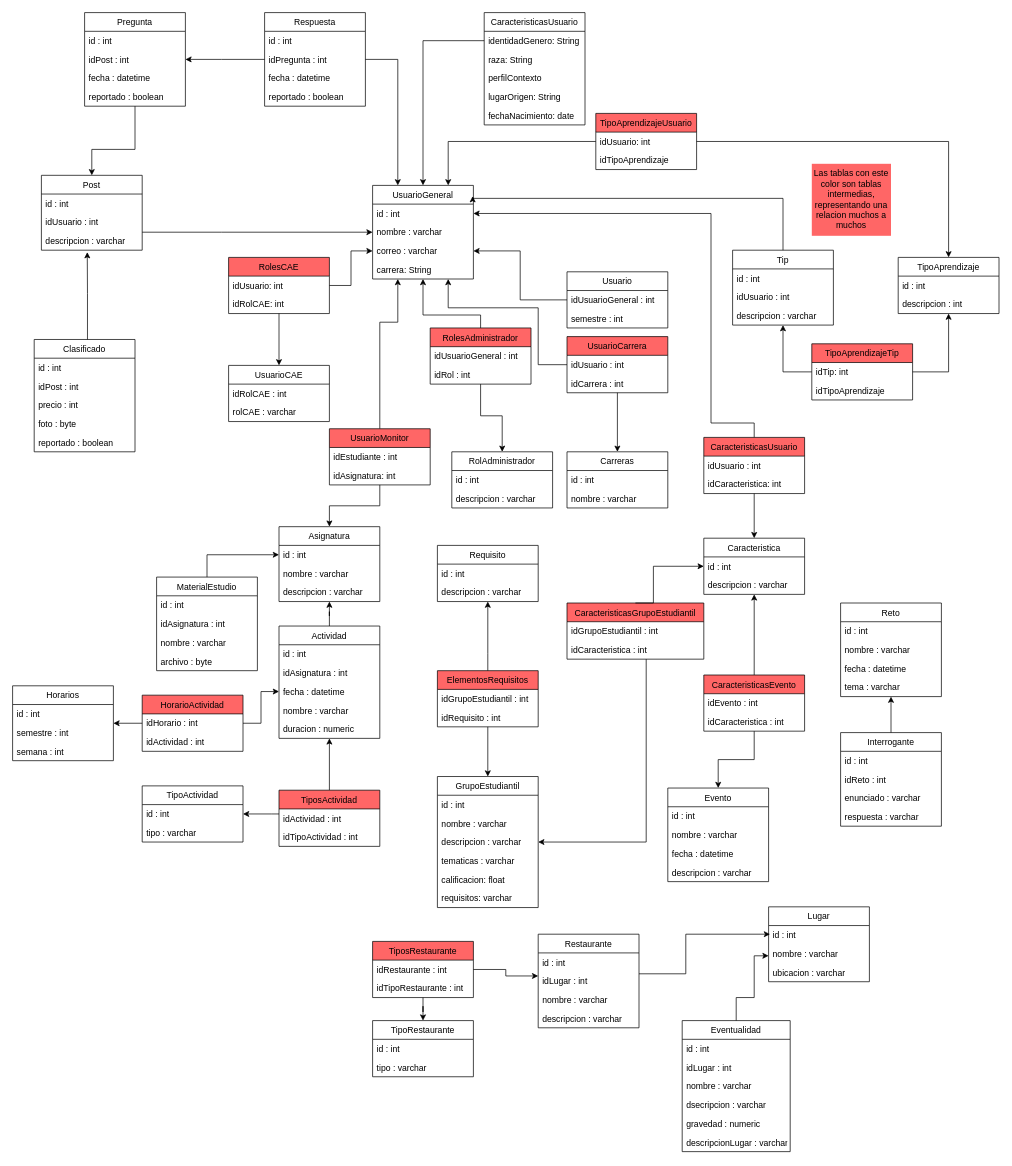
This is diagramas/persistencia.drawio from Campus-Connect-PUJ/Campus-Connect-Back, a draw.io file, before an edit. Source tidied: cells renumbered, new cells numbered last; positions are measured from the earlier drawing's top-left corner, leaving out a move shared by most shapes. Both pictures are drawn from the tidied source at 72%, with x=0, y=0 at pixel (12, 12).
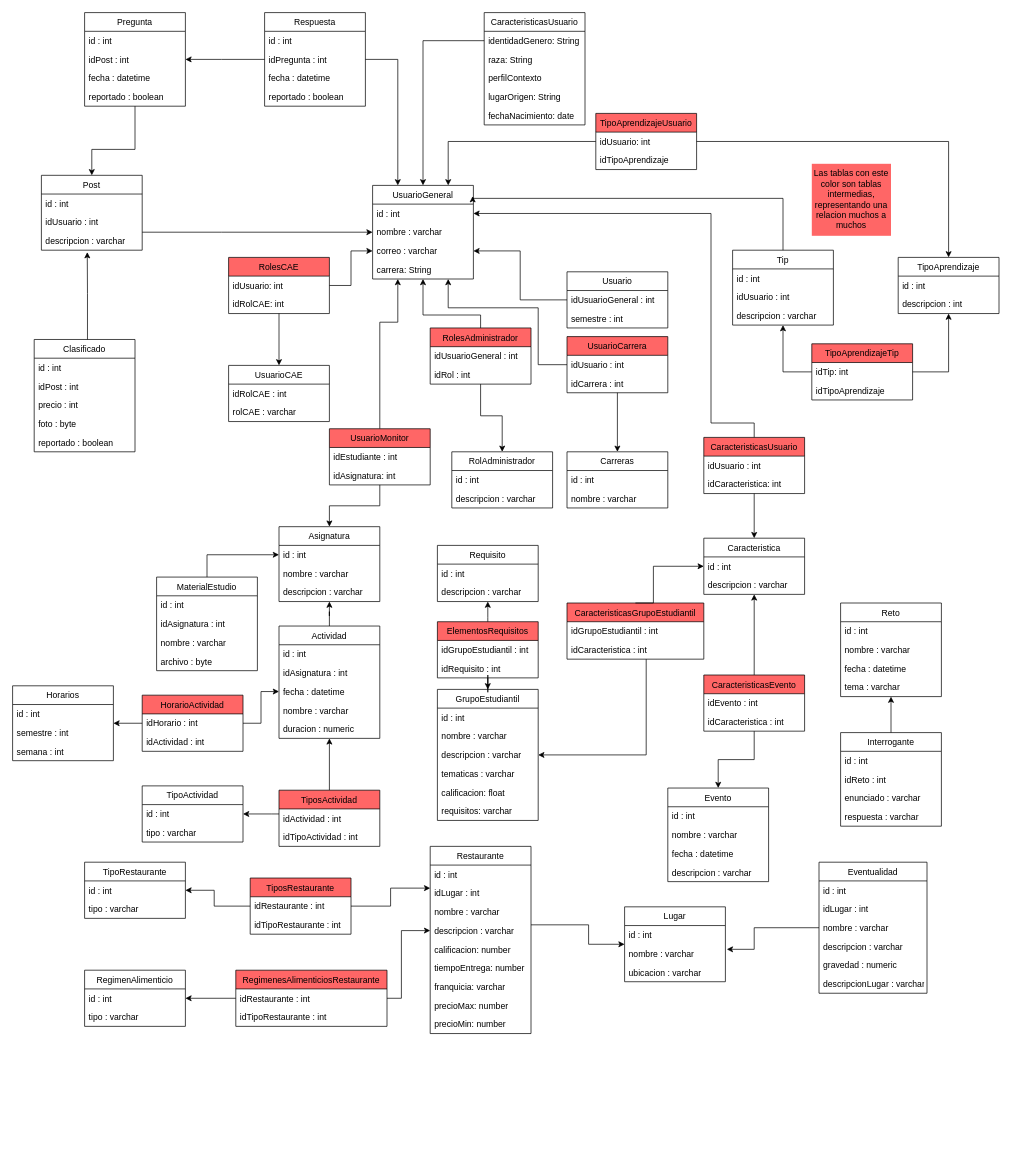
After the change.

Unchanged cells that the change refers to:
```xml
<mxCell id="79" value="Requisito" style="swimlane;fontStyle=0;horizontal=1;startSize=26;fillColor=none;" parent="1" vertex="1">
  <mxGeometry x="590" y="740" width="140" height="78" as="geometry" />
</mxCell>
<mxCell id="109" value="nombre : varchar" style="text;strokeColor=none;fillColor=none;align=left;verticalAlign=top;spacingLeft=4;spacingRight=4;overflow=hidden;points=[[0,0.5],[1,0.5]];portConstraint=eastwest;" parent="107" vertex="1">
  <mxGeometry y="52" width="140" height="26" as="geometry" />
</mxCell>
<mxCell id="124" value="descripcion : varchar" style="text;strokeColor=none;fillColor=none;align=left;verticalAlign=top;spacingLeft=4;spacingRight=4;overflow=hidden;points=[[0,0.5],[1,0.5]];portConstraint=eastwest;" parent="120" vertex="1">
  <mxGeometry y="104" width="140" height="26" as="geometry" />
</mxCell>
<mxCell id="131" value="id : int" style="text;strokeColor=none;fillColor=none;align=left;verticalAlign=top;spacingLeft=4;spacingRight=4;overflow=hidden;points=[[0,0.5],[1,0.5]];portConstraint=eastwest;" parent="130" vertex="1">
  <mxGeometry y="26" width="140" height="26" as="geometry" />
</mxCell>
<mxCell id="184" value="CaracteristicasGrupoEstudiantil" style="swimlane;fontStyle=0;horizontal=1;startSize=26;fillColor=#FF6666;" parent="1" vertex="1">
  <mxGeometry x="770" y="820" width="190" height="78" as="geometry" />
</mxCell>
```

Change to the diagram source:
```diff
@@
     <mxCell id="68" value="GrupoEstudiantil" style="swimlane;fontStyle=0;horizontal=1;startSize=26;fillColor=none;" parent="1" vertex="1">
-      <mxGeometry x="590" y="1061" width="140" height="182" as="geometry" />
+      <mxGeometry x="590" y="940" width="140" height="182" as="geometry" />
     </mxCell>
@@
     <mxCell id="76" value="ElementosRequisitos" style="swimlane;fontStyle=0;horizontal=1;startSize=26;fillColor=#FF6666;" parent="1" vertex="1">
-      <mxGeometry x="590" y="914" width="140" height="78" as="geometry" />
+      <mxGeometry x="590" y="846" width="140" height="78" as="geometry" />
     </mxCell>
@@
     <mxCell id="82" style="edgeStyle=orthogonalEdgeStyle;rounded=0;jettySize=auto;html=1;exitX=0.5;exitY=0;exitDx=0;exitDy=0;" parent="1" edge="1" source="76" target="79">
       <mxGeometry relative="1" as="geometry">
         <Array as="points">
-          <mxPoint x="660" y="890" />
-          <mxPoint x="660" y="890" />
+          <mxPoint x="660" y="840" />
+          <mxPoint x="660" y="840" />
         </Array>
       </mxGeometry>
     </mxCell>
@@
     <mxCell id="107" value="Lugar" style="swimlane;fontStyle=0;horizontal=1;startSize=26;fillColor=none;" parent="1" vertex="1">
-      <mxGeometry x="1050" y="1242" width="140" height="104" as="geometry" />
+      <mxGeometry x="850" y="1242" width="140" height="104" as="geometry" />
     </mxCell>
@@
-    <mxCell id="111" style="edgeStyle=orthogonalEdgeStyle;rounded=0;jettySize=auto;html=1;" parent="1" edge="1" source="112">
+    <mxCell id="111" style="edgeStyle=orthogonalEdgeStyle;rounded=0;jettySize=auto;html=1;entryX=1.014;entryY=0.269;entryDx=0;entryDy=0;entryPerimeter=0;" parent="1" edge="1" source="112" target="109">
       <mxGeometry relative="1" as="geometry">
-        <mxPoint x="1050" y="1310" as="targetPoint" />
         <Array as="points">
-          <mxPoint x="1005" y="1368" />
-          <mxPoint x="1030" y="1368" />
-          <mxPoint x="1030" y="1310" />
+          <mxPoint x="1030" y="1271" />
+          <mxPoint x="1030" y="1301" />
         </Array>
       </mxGeometry>
     </mxCell>
     <mxCell id="112" value="Eventualidad" style="swimlane;fontStyle=0;horizontal=1;startSize=26;fillColor=none;" parent="1" vertex="1">
-      <mxGeometry x="930" y="1400" width="150" height="182" as="geometry" />
+      <mxGeometry x="1120" y="1180" width="150" height="182" as="geometry" />
     </mxCell>
@@
-    <mxCell id="116" value="dsecripcion : varchar" style="text;strokeColor=none;fillColor=none;align=left;verticalAlign=top;spacingLeft=4;spacingRight=4;overflow=hidden;" parent="112" vertex="1">
+    <mxCell id="116" value="descripcion : varchar" style="text;strokeColor=none;fillColor=none;align=left;verticalAlign=top;spacingLeft=4;spacingRight=4;overflow=hidden;" parent="112" vertex="1">
       <mxGeometry y="104" width="150" height="26" as="geometry" />
     </mxCell>
@@
-    <mxCell id="119" style="edgeStyle=orthogonalEdgeStyle;rounded=0;jettySize=auto;html=1;" parent="1" edge="1" source="120">
+    <mxCell id="119" style="edgeStyle=orthogonalEdgeStyle;rounded=0;jettySize=auto;html=1;entryX=0;entryY=0.5;entryDx=0;entryDy=0;" parent="1" edge="1" source="120" target="107">
       <mxGeometry relative="1" as="geometry">
-        <mxPoint x="1052" y="1280" as="targetPoint" />
         <Array as="points">
-          <mxPoint x="935" y="1335" />
-          <mxPoint x="935" y="1280" />
-          <mxPoint x="1052" y="1280" />
+          <mxPoint x="800" y="1267" />
+          <mxPoint x="800" y="1294" />
         </Array>
       </mxGeometry>
     </mxCell>
     <mxCell id="120" value="Restaurante" style="swimlane;fontStyle=0;horizontal=1;startSize=26;fillColor=none;" parent="1" vertex="1">
-      <mxGeometry x="730" y="1280" width="140" height="130" as="geometry" />
+      <mxGeometry x="580" y="1158" width="140" height="260" as="geometry" />
     </mxCell>
@@
+    <mxCell id="200" value="calificacion: number" style="text;strokeColor=none;fillColor=none;align=left;verticalAlign=top;spacingLeft=4;spacingRight=4;overflow=hidden;" parent="120" vertex="1">
+      <mxGeometry y="130" width="140" height="26" as="geometry" />
+    </mxCell>
+    <mxCell id="201" value="tiempoEntrega: number" style="text;strokeColor=none;fillColor=none;align=left;verticalAlign=top;spacingLeft=4;spacingRight=4;overflow=hidden;" parent="120" vertex="1">
+      <mxGeometry y="156" width="140" height="26" as="geometry" />
+    </mxCell>
+    <mxCell id="202" value="franquicia: varchar" style="text;strokeColor=none;fillColor=none;align=left;verticalAlign=top;spacingLeft=4;spacingRight=4;overflow=hidden;" parent="120" vertex="1">
+      <mxGeometry y="182" width="140" height="26" as="geometry" />
+    </mxCell>
+    <mxCell id="203" value="precioMax: number" style="text;strokeColor=none;fillColor=none;align=left;verticalAlign=top;spacingLeft=4;spacingRight=4;overflow=hidden;" parent="120" vertex="1">
+      <mxGeometry y="208" width="140" height="26" as="geometry" />
+    </mxCell>
+    <mxCell id="204" value="precioMin: number" style="text;strokeColor=none;fillColor=none;align=left;verticalAlign=top;spacingLeft=4;spacingRight=4;overflow=hidden;" parent="120" vertex="1">
+      <mxGeometry y="234" width="140" height="26" as="geometry" />
+    </mxCell>
@@
-    <mxCell id="126" style="edgeStyle=orthogonalEdgeStyle;rounded=0;jettySize=auto;html=1;entryX=0.5;entryY=0;entryDx=0;entryDy=0;" parent="1" edge="1" source="127" target="130">
-      <mxGeometry relative="1" as="geometry" />
+    <mxCell id="126" style="edgeStyle=orthogonalEdgeStyle;rounded=0;jettySize=auto;html=1;entryX=1;entryY=0.5;entryDx=0;entryDy=0;" parent="1" edge="1" source="127" target="131">
+      <mxGeometry relative="1" as="geometry">
+        <Array as="points">
+          <mxPoint x="280" y="1241" />
+          <mxPoint x="280" y="1219" />
+        </Array>
+      </mxGeometry>
     </mxCell>
     <mxCell id="127" value="TiposRestaurante" style="swimlane;fontStyle=0;horizontal=1;startSize=26;fillColor=#FF6666;" parent="1" vertex="1">
-      <mxGeometry x="500" y="1290" width="140" height="78" as="geometry" />
+      <mxGeometry x="330" y="1202" width="140" height="78" as="geometry" />
     </mxCell>
@@
     <mxCell id="130" value="TipoRestaurante" style="swimlane;fontStyle=0;horizontal=1;startSize=26;fillColor=none;" parent="1" vertex="1">
-      <mxGeometry x="500" y="1400" width="140" height="78" as="geometry" />
+      <mxGeometry x="100" y="1180" width="140" height="78" as="geometry" />
     </mxCell>
@@
     <mxCell id="183" style="edgeStyle=orthogonalEdgeStyle;rounded=0;jettySize=auto;html=1;entryX=1;entryY=0.5;entryDx=0;entryDy=0;startSize=26;" parent="1" edge="1" source="184" target="68">
       <mxGeometry relative="1" as="geometry">
         <Array as="points">
-          <mxPoint x="880" y="1152" />
+          <mxPoint x="880" y="1031" />
         </Array>
       </mxGeometry>
     </mxCell>
@@
+    <mxCell id="205" style="edgeStyle=orthogonalEdgeStyle;rounded=0;jettySize=auto;html=1;entryX=0;entryY=0.5;entryDx=0;entryDy=0;" parent="1" edge="1" source="206" target="124">
+      <mxGeometry relative="1" as="geometry">
+        <Array as="points">
+          <mxPoint x="540" y="1369" />
+          <mxPoint x="540" y="1275" />
+        </Array>
+      </mxGeometry>
+    </mxCell>
+    <mxCell id="206" value="RegimenesAlimenticiosRestaurante" style="swimlane;fontStyle=0;horizontal=1;startSize=26;fillColor=#FF6666;" parent="1" vertex="1">
+      <mxGeometry x="310" y="1330" width="210" height="78" as="geometry" />
+    </mxCell>
+    <mxCell id="207" value="idRestaurante : int " style="text;strokeColor=none;fillColor=none;align=left;verticalAlign=top;spacingLeft=4;spacingRight=4;overflow=hidden;points=[[0,0.5],[1,0.5]];portConstraint=eastwest;" parent="206" vertex="1">
+      <mxGeometry y="26" width="210" height="26" as="geometry" />
+    </mxCell>
+    <mxCell id="208" value="idTipoRestaurante : int" style="text;strokeColor=none;fillColor=none;align=left;verticalAlign=top;spacingLeft=4;spacingRight=4;overflow=hidden;" parent="206" vertex="1">
+      <mxGeometry y="52" width="210" height="26" as="geometry" />
+    </mxCell>
+    <mxCell id="209" value="RegimenAlimenticio" style="swimlane;fontStyle=0;horizontal=1;startSize=26;fillColor=none;" parent="1" vertex="1">
+      <mxGeometry x="100" y="1330" width="140" height="78" as="geometry" />
+    </mxCell>
+    <mxCell id="210" value="id : int" style="text;strokeColor=none;fillColor=none;align=left;verticalAlign=top;spacingLeft=4;spacingRight=4;overflow=hidden;points=[[0,0.5],[1,0.5]];portConstraint=eastwest;" parent="209" vertex="1">
+      <mxGeometry y="26" width="140" height="26" as="geometry" />
+    </mxCell>
+    <mxCell id="211" value="tipo : varchar" style="text;strokeColor=none;fillColor=none;align=left;verticalAlign=top;spacingLeft=4;spacingRight=4;overflow=hidden;" parent="209" vertex="1">
+      <mxGeometry y="52" width="140" height="26" as="geometry" />
+    </mxCell>
+    <mxCell id="212" style="edgeStyle=orthogonalEdgeStyle;rounded=0;jettySize=auto;html=1;entryX=1;entryY=0.5;entryDx=0;entryDy=0;" parent="1" edge="1" source="207" target="210">
+      <mxGeometry relative="1" as="geometry" />
+    </mxCell>
```
